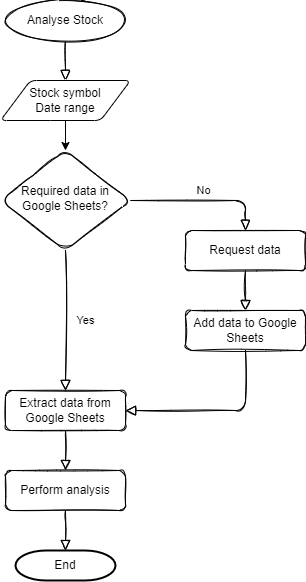
ibuttimer/analastock keeps this draw.io diagram as design/img/analastock-analyse-stock.drawio.png. Above is the earlier version. Source tidied: cells renumbered, new cells last; positions are measured from the earlier drawing's top-left corner, leaving out a move shared by most shapes. Its diagram source:
```xml
<mxGraphModel>
  <root>
    <mxCell id="0" />
    <mxCell id="1" parent="0" />
    <mxCell id="2" value="Yes" style="html=1;jettySize=auto;fontSize=11;endArrow=block;endFill=0;endSize=8;strokeWidth=1;shadow=0;labelBackgroundColor=none;edgeStyle=orthogonalEdgeStyle;rounded=1;sketch=1;" parent="1" edge="1" source="4" target="8">
      <mxGeometry y="20" relative="1" as="geometry" />
    </mxCell>
    <mxCell id="3" value="No" style="edgeStyle=orthogonalEdgeStyle;html=1;jettySize=auto;fontSize=11;endArrow=block;endFill=0;endSize=8;strokeWidth=1;shadow=0;labelBackgroundColor=none;rounded=1;sketch=1;" parent="1" edge="1" source="4" target="6">
      <mxGeometry y="10" relative="1" as="geometry">
        <Array as="points">
          <mxPoint x="245" y="200" />
        </Array>
      </mxGeometry>
    </mxCell>
    <mxCell id="4" value="Required data in Google Sheets?" style="rhombus;whiteSpace=wrap;html=1;shadow=0;fontFamily=Helvetica;fontSize=12;align=center;strokeWidth=1;spacing=6;spacingTop=-4;rounded=1;sketch=1;" parent="1" vertex="1">
      <mxGeometry y="150" width="130" height="100" as="geometry" />
    </mxCell>
    <mxCell id="5" style="edgeStyle=orthogonalEdgeStyle;rounded=1;sketch=1;jettySize=auto;html=1;endArrow=block;endFill=0;endSize=8;" parent="1" edge="1" source="6" target="10">
      <mxGeometry relative="1" as="geometry" />
    </mxCell>
    <mxCell id="6" value="Request data" style="whiteSpace=wrap;html=1;fontSize=12;glass=0;strokeWidth=1;shadow=0;rounded=1;sketch=1;" parent="1" vertex="1">
      <mxGeometry x="185" y="230" width="120" height="40" as="geometry" />
    </mxCell>
    <mxCell id="7" style="edgeStyle=orthogonalEdgeStyle;rounded=1;sketch=1;jettySize=auto;html=1;endArrow=block;endFill=0;endSize=8;" parent="1" edge="1" source="8" target="12">
      <mxGeometry relative="1" as="geometry" />
    </mxCell>
    <mxCell id="8" value="Extract data from Google Sheets" style="whiteSpace=wrap;html=1;fontSize=12;glass=0;strokeWidth=1;shadow=0;rounded=1;sketch=1;" parent="1" vertex="1">
      <mxGeometry x="5" y="390" width="120" height="40" as="geometry" />
    </mxCell>
    <mxCell id="9" style="edgeStyle=orthogonalEdgeStyle;rounded=1;sketch=1;jettySize=auto;html=1;exitX=0.5;exitY=1;exitDx=0;exitDy=0;entryX=1;entryY=0.5;entryDx=0;entryDy=0;endArrow=block;endFill=0;endSize=8;" parent="1" edge="1" source="10" target="8">
      <mxGeometry relative="1" as="geometry" />
    </mxCell>
    <mxCell id="10" value="Add data to Google Sheets" style="whiteSpace=wrap;html=1;fontSize=12;glass=0;strokeWidth=1;shadow=0;rounded=1;sketch=1;" parent="1" vertex="1">
      <mxGeometry x="185" y="310" width="120" height="40" as="geometry" />
    </mxCell>
    <mxCell id="11" style="edgeStyle=orthogonalEdgeStyle;rounded=1;sketch=1;jettySize=auto;html=1;endArrow=block;endFill=0;endSize=8;entryX=0.5;entryY=0;entryDx=0;entryDy=0;entryPerimeter=0;" parent="1" edge="1" source="12" target="17">
      <mxGeometry relative="1" as="geometry" />
    </mxCell>
    <mxCell id="12" value="Perform analysis" style="whiteSpace=wrap;html=1;fontSize=12;glass=0;strokeWidth=1;shadow=0;rounded=1;sketch=1;" parent="1" vertex="1">
      <mxGeometry x="5" y="470" width="120" height="40" as="geometry" />
    </mxCell>
    <mxCell id="13" style="edgeStyle=orthogonalEdgeStyle;rounded=1;sketch=1;jettySize=auto;html=1;endArrow=block;endFill=0;endSize=8;entryX=0.5;entryY=0;entryDx=0;entryDy=0;" parent="1" edge="1" source="14" target="16">
      <mxGeometry relative="1" as="geometry" />
    </mxCell>
    <mxCell id="14" value="Analyse Stock" style="ellipse;whiteSpace=wrap;html=1;rounded=1;sketch=1;" parent="1" vertex="1">
      <mxGeometry x="5" width="120" height="40" as="geometry" />
    </mxCell>
    <mxCell id="15" style="edgeStyle=orthogonalEdgeStyle;rounded=0;jettySize=auto;html=1;exitX=0.5;exitY=1;exitDx=0;exitDy=0;fontColor=#000000;" parent="1" edge="1" source="16" target="4">
      <mxGeometry relative="1" as="geometry" />
    </mxCell>
    <mxCell id="16" value="Stock symbol&lt;br&gt;Date range" style="shape=parallelogram;html=1;strokeWidth=1;perimeter=parallelogramPerimeter;whiteSpace=wrap;rounded=1;arcSize=12;size=0.23;labelBackgroundColor=#FFFFFF;fontColor=#000000;fillColor=none;" parent="1" vertex="1">
      <mxGeometry y="80" width="130" height="40" as="geometry" />
    </mxCell>
    <mxCell id="17" value="End" style="strokeWidth=2;html=1;shape=mxgraph.flowchart.terminator;whiteSpace=wrap;" parent="1" vertex="1">
      <mxGeometry x="15" y="550" width="100" height="30" as="geometry" />
    </mxCell>
  </root>
</mxGraphModel>
```
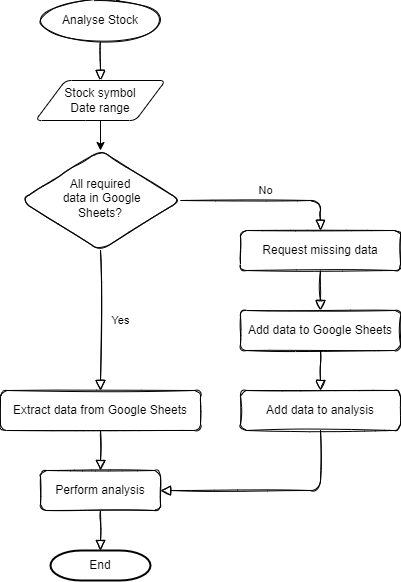
The same diagram one commit later.

The edit, as a diff of the source:
```diff
@@ -5,33 +5,33 @@
     <mxCell id="2" value="Yes" style="html=1;jettySize=auto;fontSize=11;endArrow=block;endFill=0;endSize=8;strokeWidth=1;shadow=0;labelBackgroundColor=none;edgeStyle=orthogonalEdgeStyle;rounded=1;sketch=1;" parent="1" edge="1" source="4" target="8">
       <mxGeometry y="20" relative="1" as="geometry" />
     </mxCell>
-    <mxCell id="3" value="No" style="edgeStyle=orthogonalEdgeStyle;html=1;jettySize=auto;fontSize=11;endArrow=block;endFill=0;endSize=8;strokeWidth=1;shadow=0;labelBackgroundColor=none;rounded=1;sketch=1;" parent="1" edge="1" source="4" target="6">
+    <mxCell id="3" value="No" style="edgeStyle=orthogonalEdgeStyle;html=1;jettySize=auto;fontSize=11;endArrow=block;endFill=0;endSize=8;strokeWidth=1;shadow=0;labelBackgroundColor=none;rounded=1;sketch=1;entryX=0.5;entryY=0;entryDx=0;entryDy=0;" parent="1" edge="1" source="4" target="6">
       <mxGeometry y="10" relative="1" as="geometry">
         <Array as="points">
-          <mxPoint x="245" y="200" />
+          <mxPoint x="285" y="200" />
         </Array>
       </mxGeometry>
     </mxCell>
-    <mxCell id="4" value="Required data in Google Sheets?" style="rhombus;whiteSpace=wrap;html=1;shadow=0;fontFamily=Helvetica;fontSize=12;align=center;strokeWidth=1;spacing=6;spacingTop=-4;rounded=1;sketch=1;" parent="1" vertex="1">
-      <mxGeometry y="150" width="130" height="100" as="geometry" />
+    <mxCell id="4" value="All required&lt;br&gt;&amp;nbsp;data in Google&lt;br&gt;Sheets?" style="rhombus;whiteSpace=wrap;html=1;shadow=0;fontFamily=Helvetica;fontSize=12;align=center;strokeWidth=1;spacing=6;spacingTop=-4;rounded=1;sketch=1;" parent="1" vertex="1">
+      <mxGeometry x="-15" y="150" width="160" height="100" as="geometry" />
     </mxCell>
-    <mxCell id="5" style="edgeStyle=orthogonalEdgeStyle;rounded=1;sketch=1;jettySize=auto;html=1;endArrow=block;endFill=0;endSize=8;" parent="1" edge="1" source="6" target="10">
+    <mxCell id="5" style="edgeStyle=orthogonalEdgeStyle;rounded=1;sketch=1;jettySize=auto;html=1;endArrow=block;endFill=0;endSize=8;exitX=0.5;exitY=1;exitDx=0;exitDy=0;entryX=0.5;entryY=0;entryDx=0;entryDy=0;" parent="1" edge="1" source="6" target="18">
       <mxGeometry relative="1" as="geometry" />
     </mxCell>
-    <mxCell id="6" value="Request data" style="whiteSpace=wrap;html=1;fontSize=12;glass=0;strokeWidth=1;shadow=0;rounded=1;sketch=1;" parent="1" vertex="1">
-      <mxGeometry x="185" y="230" width="120" height="40" as="geometry" />
+    <mxCell id="6" value="Request missing data" style="whiteSpace=wrap;html=1;fontSize=12;glass=0;strokeWidth=1;shadow=0;rounded=1;sketch=1;" parent="1" vertex="1">
+      <mxGeometry x="205" y="230" width="160" height="40" as="geometry" />
     </mxCell>
     <mxCell id="7" style="edgeStyle=orthogonalEdgeStyle;rounded=1;sketch=1;jettySize=auto;html=1;endArrow=block;endFill=0;endSize=8;" parent="1" edge="1" source="8" target="12">
       <mxGeometry relative="1" as="geometry" />
     </mxCell>
     <mxCell id="8" value="Extract data from Google Sheets" style="whiteSpace=wrap;html=1;fontSize=12;glass=0;strokeWidth=1;shadow=0;rounded=1;sketch=1;" parent="1" vertex="1">
-      <mxGeometry x="5" y="390" width="120" height="40" as="geometry" />
+      <mxGeometry x="-35" y="390" width="200" height="40" as="geometry" />
     </mxCell>
-    <mxCell id="9" style="edgeStyle=orthogonalEdgeStyle;rounded=1;sketch=1;jettySize=auto;html=1;exitX=0.5;exitY=1;exitDx=0;exitDy=0;entryX=1;entryY=0.5;entryDx=0;entryDy=0;endArrow=block;endFill=0;endSize=8;" parent="1" edge="1" source="10" target="8">
+    <mxCell id="9" style="edgeStyle=orthogonalEdgeStyle;rounded=1;sketch=1;jettySize=auto;html=1;exitX=0.5;exitY=1;exitDx=0;exitDy=0;entryX=1;entryY=0.5;entryDx=0;entryDy=0;endArrow=block;endFill=0;endSize=8;" parent="1" edge="1" source="10" target="12">
       <mxGeometry relative="1" as="geometry" />
     </mxCell>
-    <mxCell id="10" value="Add data to Google Sheets" style="whiteSpace=wrap;html=1;fontSize=12;glass=0;strokeWidth=1;shadow=0;rounded=1;sketch=1;" parent="1" vertex="1">
-      <mxGeometry x="185" y="310" width="120" height="40" as="geometry" />
+    <mxCell id="10" value="Add data to analysis" style="whiteSpace=wrap;html=1;fontSize=12;glass=0;strokeWidth=1;shadow=0;rounded=1;sketch=1;" parent="1" vertex="1">
+      <mxGeometry x="205" y="390" width="160" height="40" as="geometry" />
     </mxCell>
     <mxCell id="11" style="edgeStyle=orthogonalEdgeStyle;rounded=1;sketch=1;jettySize=auto;html=1;endArrow=block;endFill=0;endSize=8;entryX=0.5;entryY=0;entryDx=0;entryDy=0;entryPerimeter=0;" parent="1" edge="1" source="12" target="17">
       <mxGeometry relative="1" as="geometry" />
@@ -54,5 +54,11 @@
     <mxCell id="17" value="End" style="strokeWidth=2;html=1;shape=mxgraph.flowchart.terminator;whiteSpace=wrap;" parent="1" vertex="1">
       <mxGeometry x="15" y="550" width="100" height="30" as="geometry" />
     </mxCell>
+    <mxCell id="18" value="Add data to Google Sheets" style="whiteSpace=wrap;html=1;fontSize=12;glass=0;strokeWidth=1;shadow=0;rounded=1;sketch=1;" parent="1" vertex="1">
+      <mxGeometry x="205" y="310" width="160" height="40" as="geometry" />
+    </mxCell>
+    <mxCell id="19" style="edgeStyle=orthogonalEdgeStyle;rounded=1;sketch=1;jettySize=auto;html=1;endArrow=block;endFill=0;endSize=8;exitX=0.5;exitY=1;exitDx=0;exitDy=0;entryX=0.5;entryY=0;entryDx=0;entryDy=0;" parent="1" edge="1" source="18" target="10">
+      <mxGeometry relative="1" as="geometry" />
+    </mxCell>
   </root>
 </mxGraphModel>
```
